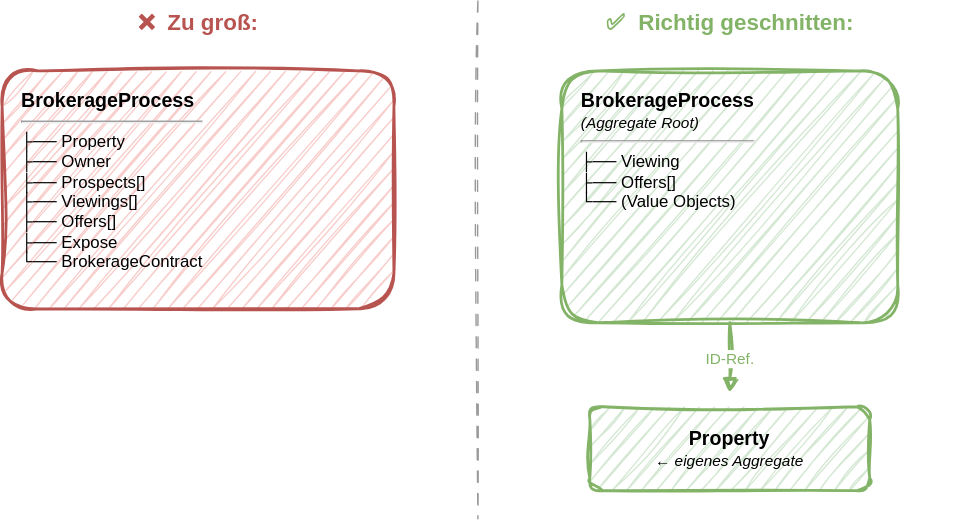
it-erben/training-domain-driven-design keeps this draw.io diagram as slides/06-building-blocks/images/aggregate-sizing.drawio.svg. Above is the earlier version. Source tidied: cells renumbered, new cells last; positions are measured from the earlier drawing's top-left corner, leaving out a move shared by most shapes.
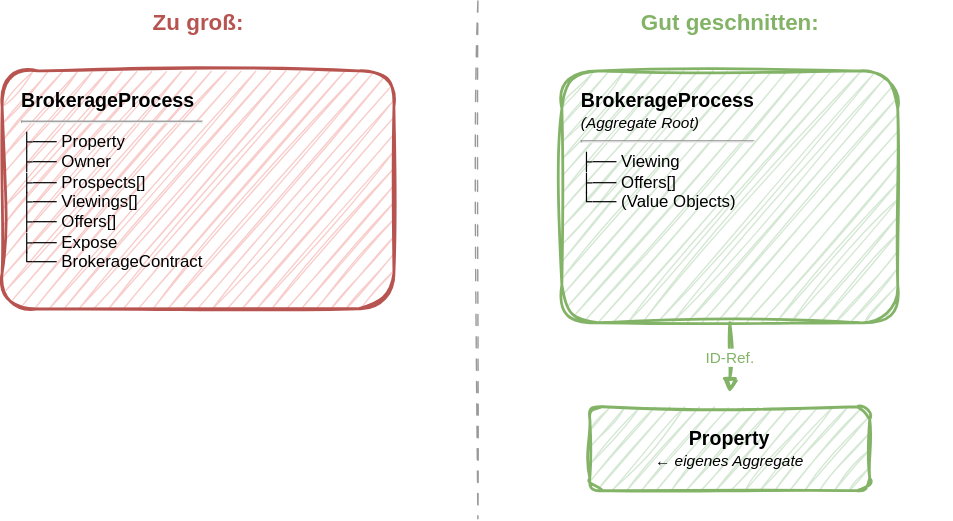
Above is the later version.

Diff of the diagram source:
```diff
@@ -2,7 +2,7 @@
   <root>
     <mxCell id="0" />
     <mxCell id="1" parent="0" />
-    <mxCell id="2" value="&lt;b&gt;❌&amp;nbsp; Zu groß:&lt;/b&gt;" style="text;html=1;fontSize=16;fontStyle=1;align=center;verticalAlign=middle;fontColor=#b85450;sketch=1;curveFitting=1;jiggle=2;" parent="1" vertex="1">
+    <mxCell id="2" value="&lt;b&gt;&amp;nbsp;Zu groß:&lt;/b&gt;" style="text;html=1;fontSize=16;fontStyle=1;align=center;verticalAlign=middle;fontColor=#b85450;sketch=1;curveFitting=1;jiggle=2;" parent="1" vertex="1">
       <mxGeometry width="280" height="30" as="geometry" />
     </mxCell>
     <mxCell id="3" value="&lt;b style=&quot;font-size:14px&quot;&gt;BrokerageProcess&lt;/b&gt;&lt;hr&gt;&lt;span style=&quot;font-size:12px&quot;&gt;├── Property&lt;br&gt;├── Owner&lt;br&gt;├── Prospects[]&lt;br&gt;├── Viewings[]&lt;br&gt;├── Offers[]&lt;br&gt;├── Expose&lt;br&gt;└── BrokerageContract&lt;/span&gt;" style="rounded=1;whiteSpace=wrap;html=1;fillColor=#f8cecc;strokeColor=#b85450;strokeWidth=2;fontSize=12;align=left;verticalAlign=top;spacingLeft=12;spacingTop=6;sketch=1;curveFitting=1;jiggle=2;" parent="1" vertex="1">
@@ -14,7 +14,7 @@
         <mxPoint x="340" y="370" as="targetPoint" />
       </mxGeometry>
     </mxCell>
-    <mxCell id="5" value="&lt;b&gt;✅&amp;nbsp; Richtig geschnitten:&lt;/b&gt;" style="text;html=1;fontSize=16;fontStyle=1;align=center;verticalAlign=middle;fontColor=#82b366;sketch=1;curveFitting=1;jiggle=2;" parent="1" vertex="1">
+    <mxCell id="5" value="&lt;b&gt;Gut geschnitten:&lt;/b&gt;" style="text;html=1;fontSize=16;fontStyle=1;align=center;verticalAlign=middle;fontColor=#82b366;sketch=1;curveFitting=1;jiggle=2;" parent="1" vertex="1">
       <mxGeometry x="360" width="320" height="30" as="geometry" />
     </mxCell>
     <mxCell id="6" value="&lt;b style=&quot;font-size:14px&quot;&gt;BrokerageProcess&lt;/b&gt;&lt;br&gt;&lt;i style=&quot;font-size:11px&quot;&gt;(Aggregate Root)&lt;/i&gt;&lt;hr&gt;&lt;span style=&quot;font-size:12px&quot;&gt;├── Viewing&lt;br&gt;├── Offers[]&lt;br&gt;└── (Value Objects)&lt;/span&gt;" style="rounded=1;whiteSpace=wrap;html=1;fillColor=#d5e8d4;strokeColor=#82b366;strokeWidth=2;fontSize=12;align=left;verticalAlign=top;spacingLeft=12;spacingTop=6;sketch=1;curveFitting=1;jiggle=2;" parent="1" vertex="1">
```
